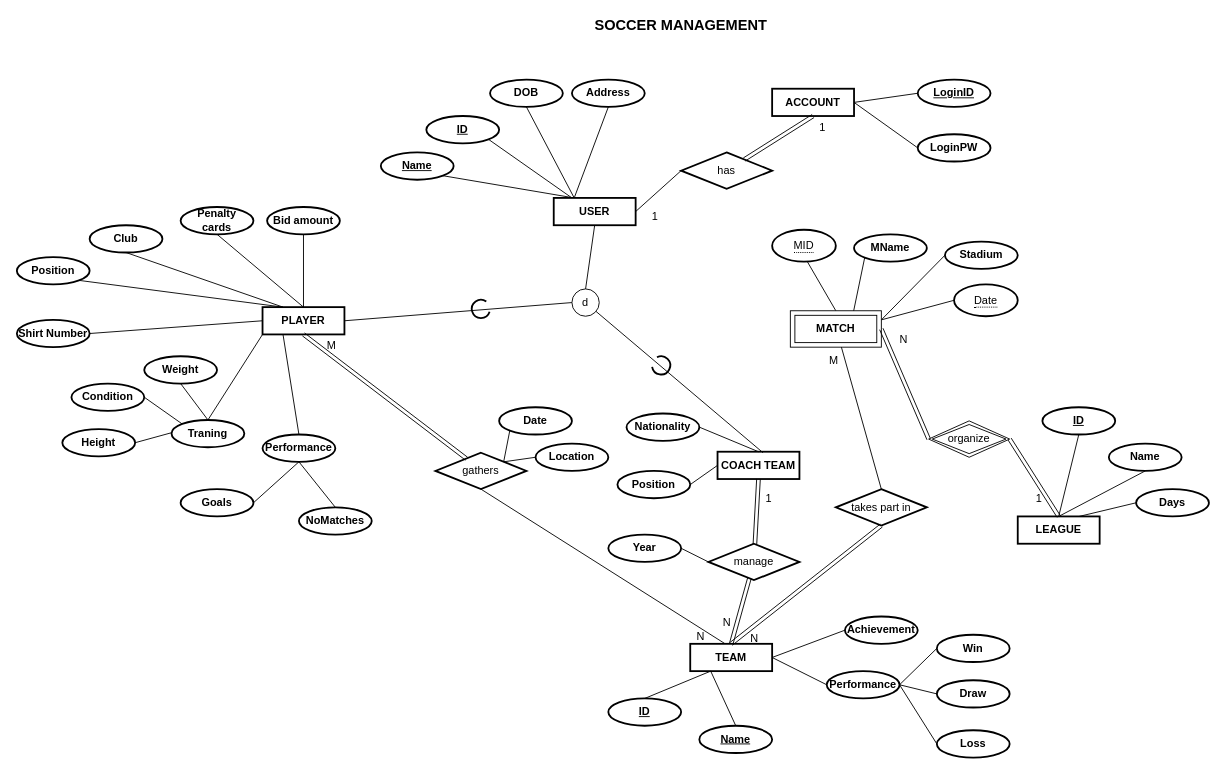
Above: SoccerDatabase.drawio in kieuvantuyen01/testGit (draw.io), before the change. Source tidied: cells renumbered, new cells numbered last; positions are measured from the earlier drawing's top-left corner, leaving out a move shared by most shapes. Both pictures are drawn from the tidied source at 91%, with x=0, y=0 at pixel (16, 15).
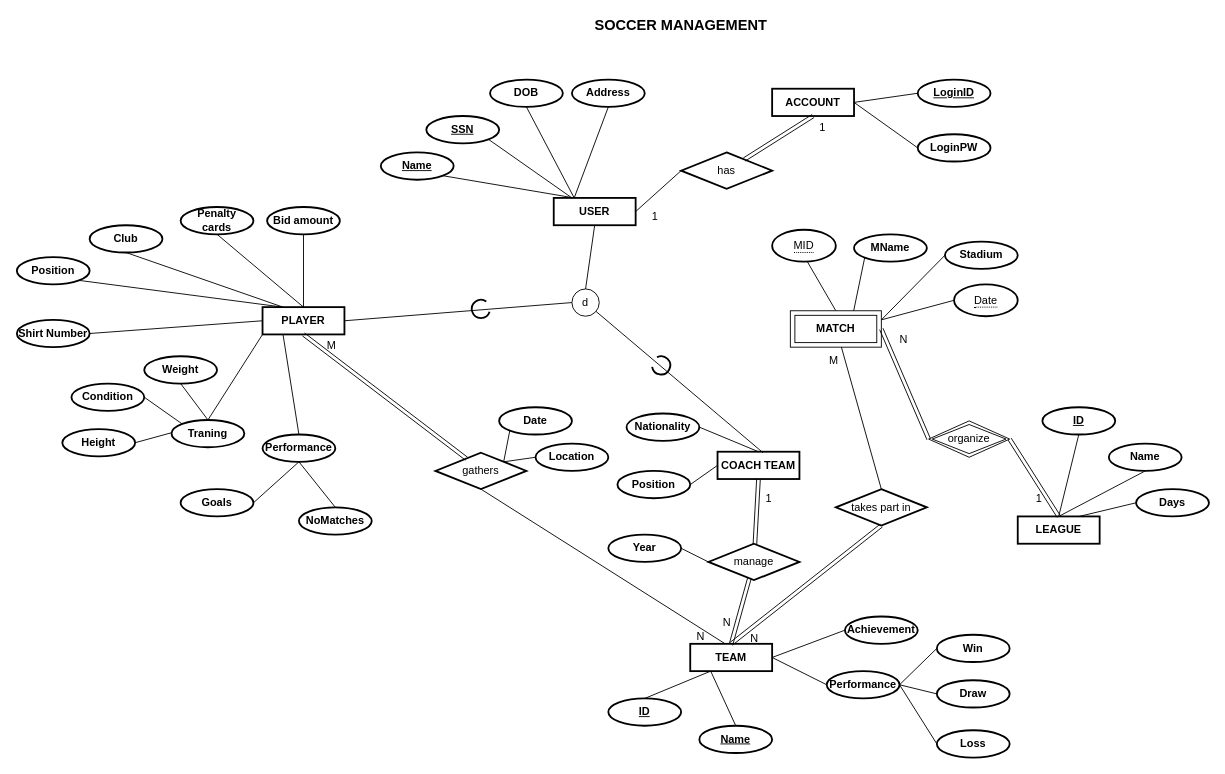
After the change.

The edit, as a diff of the source:
```diff
@@
-    <mxCell id="10" value="ID" style="ellipse;whiteSpace=wrap;html=1;align=center;strokeWidth=2;fontStyle=5;" parent="1" vertex="1">
+    <mxCell id="10" value="SSN" style="ellipse;whiteSpace=wrap;html=1;align=center;strokeWidth=2;fontStyle=5;" parent="1" vertex="1">
       <mxGeometry x="450" y="110" width="80" height="30" as="geometry" />
     </mxCell>
```
